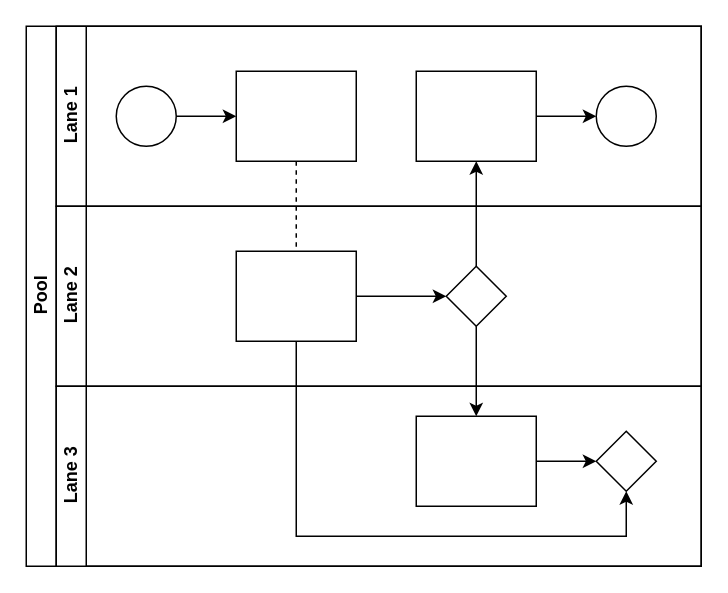
Earlier version of the draw.io diagram 未命名绘图.drawio (wanglunjun/Supermarket_Manage_System). Source tidied: cells renumbered, new cells numbered last; positions are measured from the earlier drawing's top-left corner, leaving out a move shared by most shapes. Both pictures are drawn from the tidied source at 150%, with x=0, y=0 at pixel (26, 26).
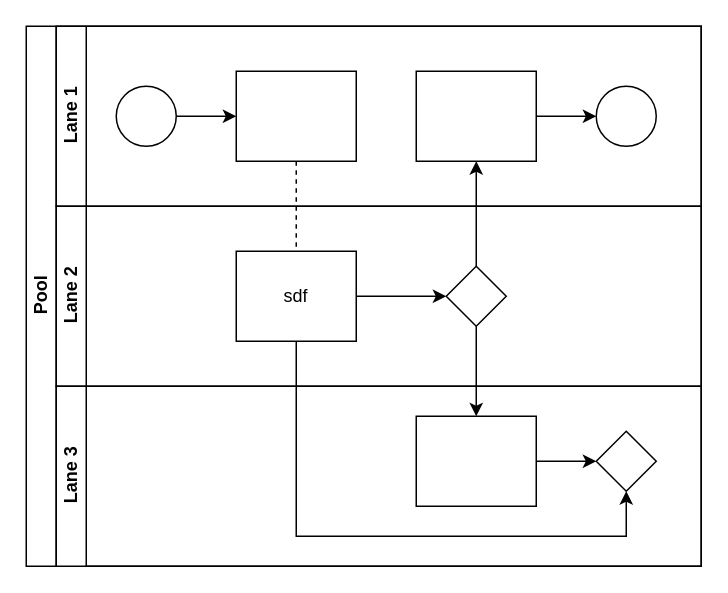
The same diagram, later.

Commit message:
更新未命名绘图.drawio

The change refers to these unchanged cells:
```xml
<mxCell id="14" value="Lane 2" style="swimlane;html=1;startSize=20;horizontal=0;" parent="2" vertex="1">
  <mxGeometry x="20" y="120" width="430" height="120" as="geometry" />
</mxCell>
```

The edit, as a diff of the source:
```diff
@@
-    <mxCell id="16" style="rounded=0;whiteSpace=wrap;html=1;fontFamily=Helvetica;fontSize=12;fontColor=#000000;align=center;" parent="14" vertex="1">
+    <mxCell id="16" value="sdf" style="rounded=0;whiteSpace=wrap;html=1;fontFamily=Helvetica;fontSize=12;fontColor=#000000;align=center;" parent="14" vertex="1">
       <mxGeometry x="120" y="30" width="80" height="60" as="geometry" />
     </mxCell>
```
